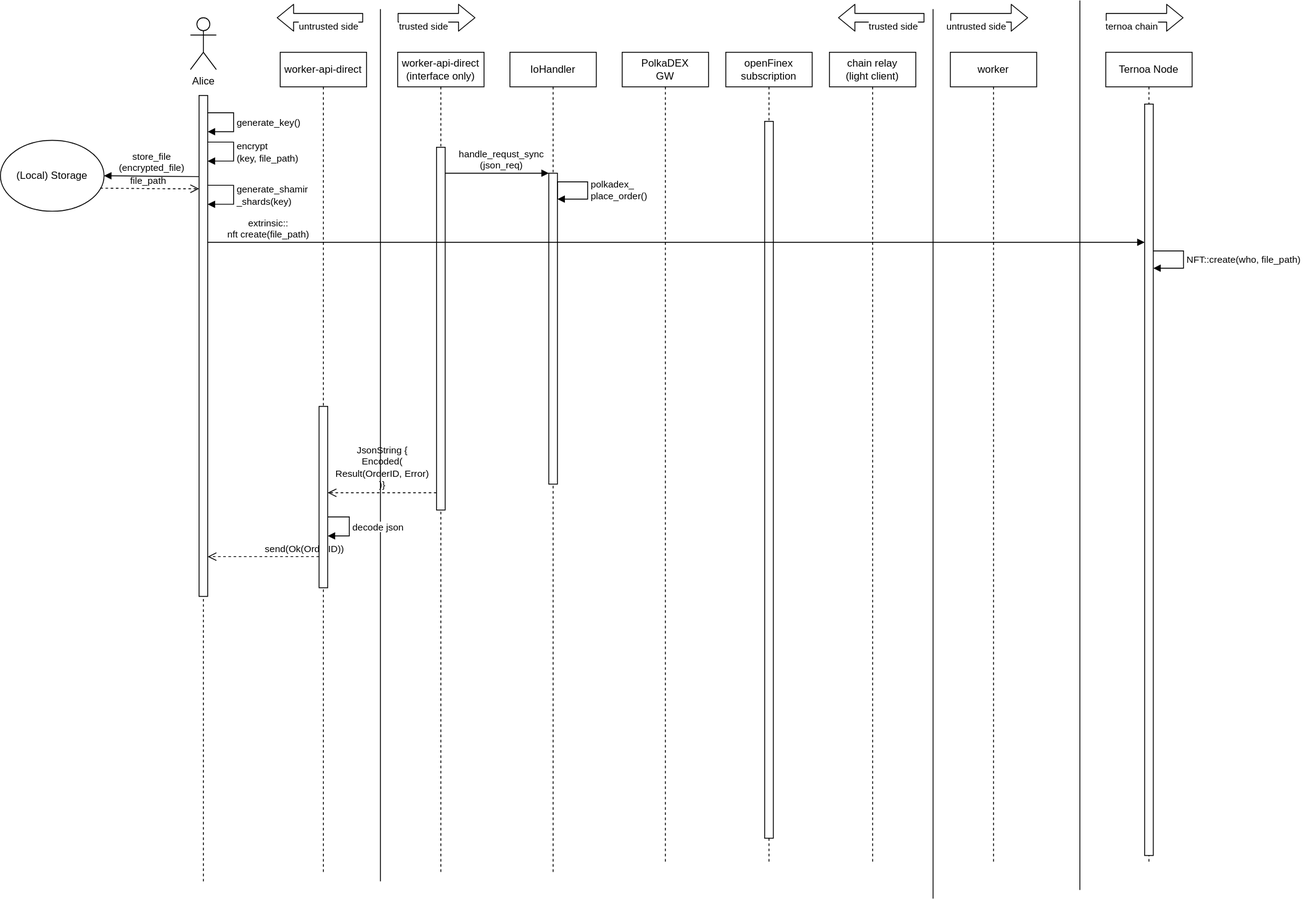
This is capsule_sequence_diagram.svg from haerdib/substraTEE_diagramms, a draw.io export, as it was before one commit. Source tidied: cells renumbered, new cells last; positions are measured from the earlier drawing's top-left corner, leaving out a move shared by most shapes.
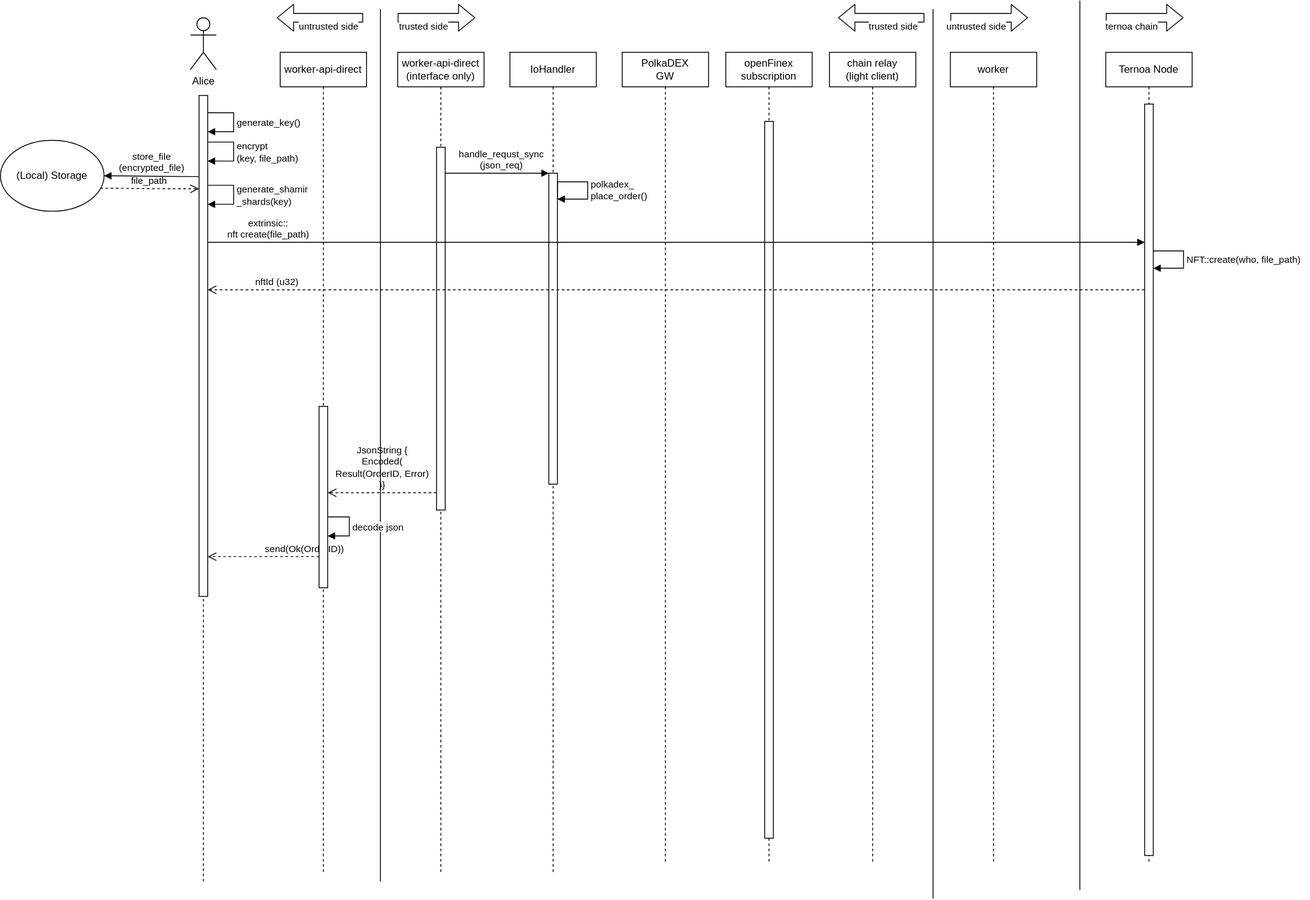
After the commit.

The edit, as a diff of the source:
```diff
@@ -227,5 +227,11 @@
         <mxPoint x="1325" y="280" as="targetPoint" />
       </mxGeometry>
     </mxCell>
+    <mxCell id="45" value="nftId (u32)" style="html=1;verticalAlign=bottom;endArrow=open;dashed=1;endSize=8;labelBackgroundColor=#ffffff;" parent="1" edge="1">
+      <mxGeometry x="0.85" relative="1" as="geometry">
+        <mxPoint x="1325" y="335" as="sourcePoint" />
+        <mxPoint x="240" y="335" as="targetPoint" />
+      </mxGeometry>
+    </mxCell>
   </root>
 </mxGraphModel>
```
